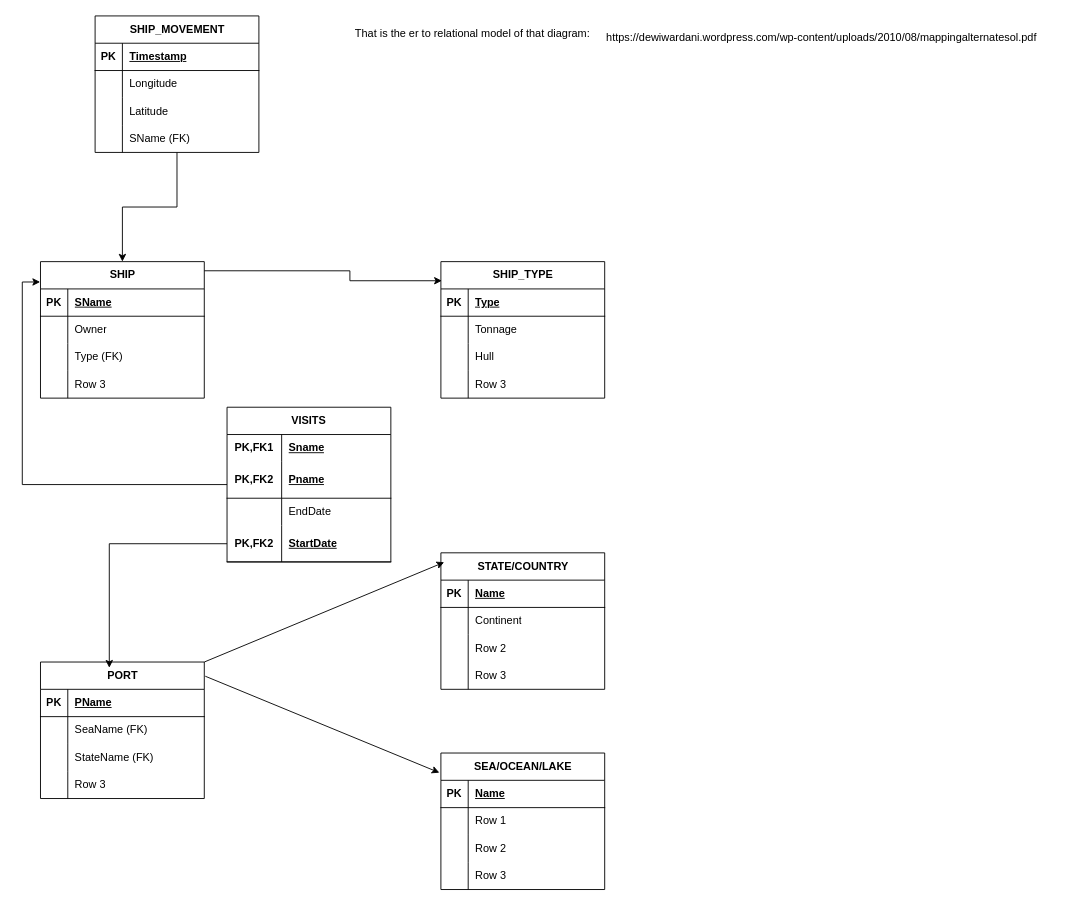
The draw.io diagram er/eer->relational model.drawio in elnarismayilov/er_relational_diagrams, before the edit. Source tidied: cells renumbered, new cells numbered last; positions are measured from the earlier drawing's top-left corner, leaving out a move shared by most shapes. Both pictures are drawn from the tidied source at 91%, with x=0, y=0 at pixel (40, 15).
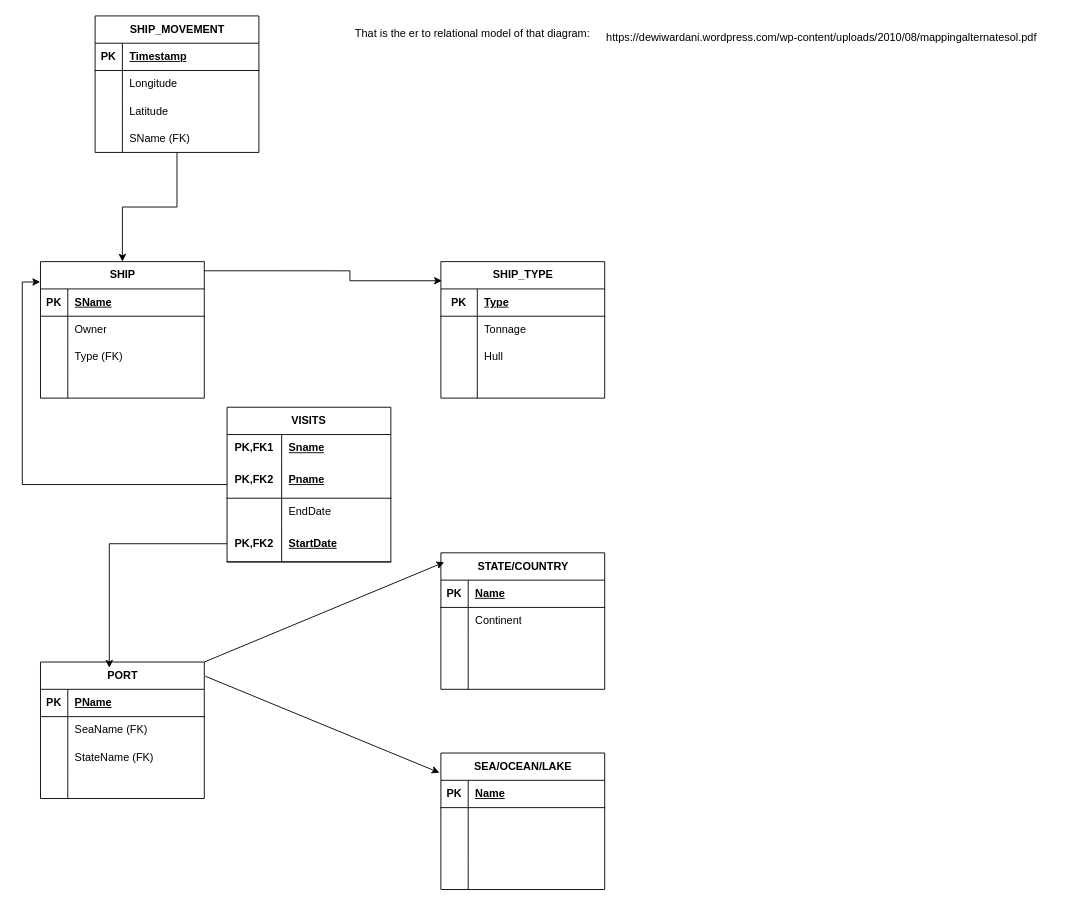
After the change.

Commit message:
delete unwanted stuff in the diagram

The change refers to these unchanged cells:
```xml
<mxCell id="12" style="shape=tableRow;horizontal=0;startSize=0;swimlaneHead=0;swimlaneBody=0;fillColor=none;top=0;left=0;right=0;bottom=0;" parent="2" vertex="1">
  <mxGeometry y="120" width="180" height="30" as="geometry" />
</mxCell>
<mxCell id="16" style="shape=tableRow;horizontal=0;startSize=0;swimlaneHead=0;swimlaneBody=0;fillColor=none;top=0;left=0;right=0;bottom=1;" parent="15" vertex="1">
  <mxGeometry y="30" width="180" height="30" as="geometry" />
</mxCell>
<mxCell id="19" style="shape=tableRow;horizontal=0;startSize=0;swimlaneHead=0;swimlaneBody=0;fillColor=none;top=0;left=0;right=0;bottom=0;" parent="15" vertex="1">
  <mxGeometry y="60" width="180" height="30" as="geometry" />
</mxCell>
<mxCell id="22" style="shape=tableRow;horizontal=0;startSize=0;swimlaneHead=0;swimlaneBody=0;fillColor=none;top=0;left=0;right=0;bottom=0;" parent="15" vertex="1">
  <mxGeometry y="90" width="180" height="30" as="geometry" />
</mxCell>
<mxCell id="25" style="shape=tableRow;horizontal=0;startSize=0;swimlaneHead=0;swimlaneBody=0;fillColor=none;top=0;left=0;right=0;bottom=0;" parent="15" vertex="1">
  <mxGeometry y="120" width="180" height="30" as="geometry" />
</mxCell>
<mxCell id="35" style="shape=tableRow;horizontal=0;startSize=0;swimlaneHead=0;swimlaneBody=0;fillColor=none;top=0;left=0;right=0;bottom=0;" parent="28" vertex="1">
  <mxGeometry y="90" width="180" height="30" as="geometry" />
</mxCell>
<mxCell id="38" style="shape=tableRow;horizontal=0;startSize=0;swimlaneHead=0;swimlaneBody=0;fillColor=none;top=0;left=0;right=0;bottom=0;" parent="28" vertex="1">
  <mxGeometry y="120" width="180" height="30" as="geometry" />
</mxCell>
<mxCell id="45" style="shape=tableRow;horizontal=0;startSize=0;swimlaneHead=0;swimlaneBody=0;fillColor=none;top=0;left=0;right=0;bottom=0;" parent="41" vertex="1">
  <mxGeometry y="60" width="180" height="30" as="geometry" />
</mxCell>
<mxCell id="48" style="shape=tableRow;horizontal=0;startSize=0;swimlaneHead=0;swimlaneBody=0;fillColor=none;top=0;left=0;right=0;bottom=0;" parent="41" vertex="1">
  <mxGeometry y="90" width="180" height="30" as="geometry" />
</mxCell>
<mxCell id="51" style="shape=tableRow;horizontal=0;startSize=0;swimlaneHead=0;swimlaneBody=0;fillColor=none;top=0;left=0;right=0;bottom=0;" parent="41" vertex="1">
  <mxGeometry y="120" width="180" height="30" as="geometry" />
</mxCell>
<mxCell id="78" style="shape=tableRow;horizontal=0;startSize=0;swimlaneHead=0;swimlaneBody=0;fillColor=none;top=0;left=0;right=0;bottom=0;" parent="68" vertex="1">
  <mxGeometry y="120" width="180" height="30" as="geometry" />
</mxCell>
```

What changed in the source:
```diff
@@
-    <mxCell id="14" value="Row 3" style="shape=partialRectangle;fillColor=none;top=0;left=0;bottom=0;right=0;align=left;spacingLeft=6;overflow=hidden;whiteSpace=wrap;html=1;" parent="12" vertex="1">
+    <mxCell id="14" style="shape=partialRectangle;fillColor=none;top=0;left=0;bottom=0;right=0;align=left;spacingLeft=6;overflow=hidden;whiteSpace=wrap;html=1;" parent="12" vertex="1">
       <mxGeometry x="30" width="150" height="30" as="geometry" />
     </mxCell>
@@
     <mxCell id="17" value="PK" style="shape=partialRectangle;fillColor=none;top=0;left=0;bottom=0;right=0;fontStyle=1;overflow=hidden;whiteSpace=wrap;html=1;" parent="16" vertex="1">
-      <mxGeometry width="30" height="30" as="geometry" />
+      <mxGeometry width="40" height="30" as="geometry" />
     </mxCell>
     <mxCell id="18" value="Type" style="shape=partialRectangle;fillColor=none;top=0;left=0;bottom=0;right=0;align=left;spacingLeft=6;fontStyle=5;overflow=hidden;whiteSpace=wrap;html=1;" parent="16" vertex="1">
-      <mxGeometry x="30" width="150" height="30" as="geometry" />
+      <mxGeometry x="40" width="140" height="30" as="geometry" />
     </mxCell>
@@
     <mxCell id="20" style="shape=partialRectangle;fillColor=none;top=0;left=0;bottom=0;right=0;overflow=hidden;whiteSpace=wrap;html=1;" parent="19" vertex="1">
-      <mxGeometry width="30" height="30" as="geometry" />
+      <mxGeometry width="40" height="30" as="geometry" />
     </mxCell>
     <mxCell id="21" value="Tonnage" style="shape=partialRectangle;fillColor=none;top=0;left=0;bottom=0;right=0;align=left;spacingLeft=6;overflow=hidden;whiteSpace=wrap;html=1;" parent="19" vertex="1">
-      <mxGeometry x="30" width="150" height="30" as="geometry" />
+      <mxGeometry x="40" width="140" height="30" as="geometry" />
     </mxCell>
@@
     <mxCell id="23" style="shape=partialRectangle;fillColor=none;top=0;left=0;bottom=0;right=0;overflow=hidden;whiteSpace=wrap;html=1;" parent="22" vertex="1">
-      <mxGeometry width="30" height="30" as="geometry" />
+      <mxGeometry width="40" height="30" as="geometry" />
     </mxCell>
     <mxCell id="24" value="Hull" style="shape=partialRectangle;fillColor=none;top=0;left=0;bottom=0;right=0;align=left;spacingLeft=6;overflow=hidden;whiteSpace=wrap;html=1;" parent="22" vertex="1">
-      <mxGeometry x="30" width="150" height="30" as="geometry" />
+      <mxGeometry x="40" width="140" height="30" as="geometry" />
     </mxCell>
@@
     <mxCell id="26" style="shape=partialRectangle;fillColor=none;top=0;left=0;bottom=0;right=0;overflow=hidden;whiteSpace=wrap;html=1;" parent="25" vertex="1">
-      <mxGeometry width="30" height="30" as="geometry" />
+      <mxGeometry width="40" height="30" as="geometry" />
     </mxCell>
-    <mxCell id="27" value="Row 3" style="shape=partialRectangle;fillColor=none;top=0;left=0;bottom=0;right=0;align=left;spacingLeft=6;overflow=hidden;whiteSpace=wrap;html=1;" parent="25" vertex="1">
-      <mxGeometry x="30" width="150" height="30" as="geometry" />
+    <mxCell id="27" style="shape=partialRectangle;fillColor=none;top=0;left=0;bottom=0;right=0;align=left;spacingLeft=6;overflow=hidden;whiteSpace=wrap;html=1;" parent="25" vertex="1">
+      <mxGeometry x="40" width="140" height="30" as="geometry" />
     </mxCell>
@@
-    <mxCell id="37" value="Row 2" style="shape=partialRectangle;fillColor=none;top=0;left=0;bottom=0;right=0;align=left;spacingLeft=6;overflow=hidden;whiteSpace=wrap;html=1;" parent="35" vertex="1">
+    <mxCell id="37" style="shape=partialRectangle;fillColor=none;top=0;left=0;bottom=0;right=0;align=left;spacingLeft=6;overflow=hidden;whiteSpace=wrap;html=1;" parent="35" vertex="1">
       <mxGeometry x="30" width="150" height="30" as="geometry" />
     </mxCell>
@@
-    <mxCell id="40" value="Row 3" style="shape=partialRectangle;fillColor=none;top=0;left=0;bottom=0;right=0;align=left;spacingLeft=6;overflow=hidden;whiteSpace=wrap;html=1;" parent="38" vertex="1">
+    <mxCell id="40" style="shape=partialRectangle;fillColor=none;top=0;left=0;bottom=0;right=0;align=left;spacingLeft=6;overflow=hidden;whiteSpace=wrap;html=1;" parent="38" vertex="1">
       <mxGeometry x="30" width="150" height="30" as="geometry" />
     </mxCell>
@@
-    <mxCell id="47" value="Row 1" style="shape=partialRectangle;fillColor=none;top=0;left=0;bottom=0;right=0;align=left;spacingLeft=6;overflow=hidden;whiteSpace=wrap;html=1;" parent="45" vertex="1">
+    <mxCell id="47" style="shape=partialRectangle;fillColor=none;top=0;left=0;bottom=0;right=0;align=left;spacingLeft=6;overflow=hidden;whiteSpace=wrap;html=1;" parent="45" vertex="1">
       <mxGeometry x="30" width="150" height="30" as="geometry" />
     </mxCell>
@@
-    <mxCell id="50" value="Row 2" style="shape=partialRectangle;fillColor=none;top=0;left=0;bottom=0;right=0;align=left;spacingLeft=6;overflow=hidden;whiteSpace=wrap;html=1;" parent="48" vertex="1">
+    <mxCell id="50" style="shape=partialRectangle;fillColor=none;top=0;left=0;bottom=0;right=0;align=left;spacingLeft=6;overflow=hidden;whiteSpace=wrap;html=1;" parent="48" vertex="1">
       <mxGeometry x="30" width="150" height="30" as="geometry" />
     </mxCell>
@@
-    <mxCell id="53" value="Row 3" style="shape=partialRectangle;fillColor=none;top=0;left=0;bottom=0;right=0;align=left;spacingLeft=6;overflow=hidden;whiteSpace=wrap;html=1;" parent="51" vertex="1">
+    <mxCell id="53" style="shape=partialRectangle;fillColor=none;top=0;left=0;bottom=0;right=0;align=left;spacingLeft=6;overflow=hidden;whiteSpace=wrap;html=1;" parent="51" vertex="1">
       <mxGeometry x="30" width="150" height="30" as="geometry" />
     </mxCell>
@@
-    <mxCell id="80" value="Row 3" style="shape=partialRectangle;fillColor=none;top=0;left=0;bottom=0;right=0;align=left;spacingLeft=6;overflow=hidden;whiteSpace=wrap;html=1;" parent="78" vertex="1">
+    <mxCell id="80" style="shape=partialRectangle;fillColor=none;top=0;left=0;bottom=0;right=0;align=left;spacingLeft=6;overflow=hidden;whiteSpace=wrap;html=1;" parent="78" vertex="1">
       <mxGeometry x="30" width="150" height="30" as="geometry" />
     </mxCell>
```
